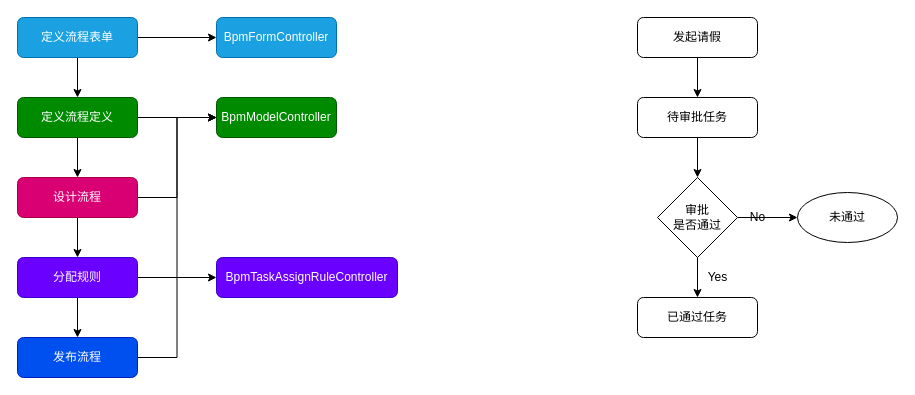
Earlier version of the draw.io diagram flowable工作流.drawio (stephenZkang/diagrams). Source tidied: cells renumbered, new cells numbered last; positions are measured from the earlier drawing's top-left corner, leaving out a move shared by most shapes. Both pictures are drawn from the tidied source at 100%, with x=0, y=0 at pixel (17, 17).
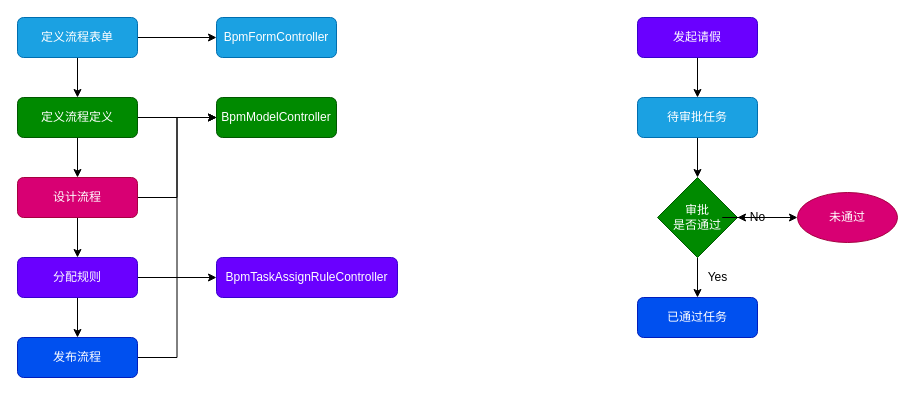
The same page after the edit.

Commit message (it also covers changes not shown here):
更新flowable工作流.drawio

The change refers to these unchanged cells:
```xml
<mxCell id="25" value="No" style="text;html=1;align=center;verticalAlign=middle;points=[];strokeColor=none;fillColor=none;" parent="1" vertex="1">
  <mxGeometry x="725" y="190" width="30" height="20" as="geometry" />
</mxCell>
```

Diff of the diagram source:
```diff
@@
-    <mxCell id="17" value="发起请假" style="rounded=1;whiteSpace=wrap;html=1;fontSize=12;glass=0;strokeWidth=1;shadow=0;" parent="1" vertex="1">
+    <mxCell id="17" value="发起请假" style="rounded=1;whiteSpace=wrap;html=1;fontSize=12;glass=0;strokeWidth=1;shadow=0;fillColor=#6a00ff;fontColor=#ffffff;strokeColor=#3700CC;" parent="1" vertex="1">
       <mxGeometry x="620" width="120" height="40" as="geometry" />
     </mxCell>
@@
-    <mxCell id="20" value="待审批任务" style="rounded=1;whiteSpace=wrap;html=1;fontSize=12;glass=0;strokeWidth=1;shadow=0;" parent="1" vertex="1">
+    <mxCell id="20" value="待审批任务" style="rounded=1;whiteSpace=wrap;html=1;fontSize=12;glass=0;strokeWidth=1;shadow=0;fillColor=#1ba1e2;fontColor=#ffffff;strokeColor=#006EAF;" parent="1" vertex="1">
       <mxGeometry x="620" y="80" width="120" height="40" as="geometry" />
     </mxCell>
-    <mxCell id="21" value="已通过任务" style="whiteSpace=wrap;html=1;rounded=1;glass=0;strokeWidth=1;shadow=0;" parent="1" vertex="1">
+    <mxCell id="21" value="已通过任务" style="whiteSpace=wrap;html=1;rounded=1;glass=0;strokeWidth=1;shadow=0;fillColor=#0050ef;fontColor=#ffffff;strokeColor=#001DBC;" parent="1" vertex="1">
       <mxGeometry x="620" y="280" width="120" height="40" as="geometry" />
     </mxCell>
@@
-    <mxCell id="23" value="审批&lt;br&gt;是否通过" style="rhombus;whiteSpace=wrap;html=1;" parent="1" vertex="1">
+    <mxCell id="23" value="审批&lt;br&gt;是否通过" style="rhombus;whiteSpace=wrap;html=1;fillColor=#008a00;fontColor=#ffffff;strokeColor=#005700;" parent="1" vertex="1">
       <mxGeometry x="640" y="160" width="80" height="80" as="geometry" />
     </mxCell>
-    <mxCell id="24" value="未通过" style="ellipse;whiteSpace=wrap;html=1;" parent="1" vertex="1">
+    <mxCell id="24" value="未通过" style="ellipse;whiteSpace=wrap;html=1;fillColor=#d80073;fontColor=#ffffff;strokeColor=#A50040;" parent="1" vertex="1">
       <mxGeometry x="780" y="175" width="100" height="50" as="geometry" />
     </mxCell>
+    <mxCell id="30" style="edgeStyle=orthogonalEdgeStyle;rounded=0;jettySize=auto;html=1;" parent="1" edge="1" source="25" target="23">
+      <mxGeometry relative="1" as="geometry" />
+    </mxCell>
```
